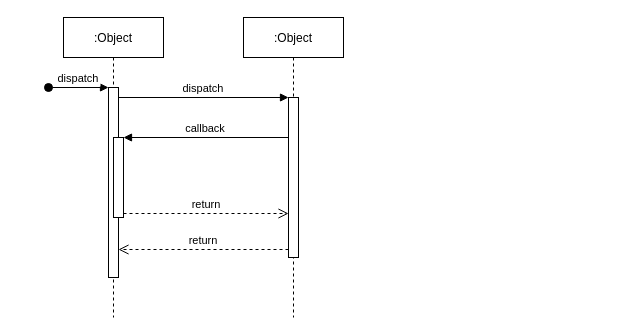
Above: 安卓视窗系统渲染架构分析.drawio in dlwanghw/diagram (draw.io), before the change. Source tidied: cells renumbered, new cells numbered last; positions are measured from the earlier drawing's top-left corner, leaving out a move shared by most shapes. Both pictures are drawn from the tidied source at 100%, with x=0, y=0 at pixel (48, 17).
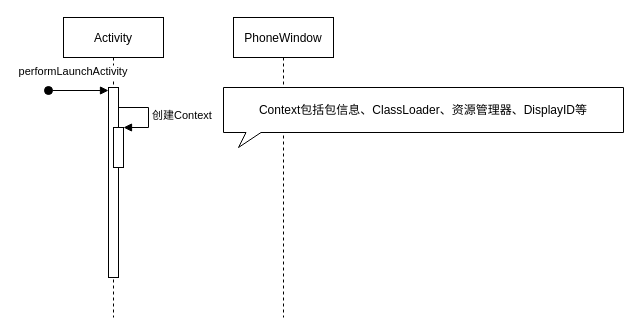
After the change.

Commit message (it also covers changes not shown here):
Update 安卓视窗系统渲染架构分析.drawio

The edit, as a diff of the source:
```diff
@@
 <mxGraphModel>
   <root>
     <mxCell id="0" />
     <mxCell id="1" parent="0" />
-    <mxCell id="2" value=":Object" style="shape=umlLifeline;perimeter=lifelinePerimeter;rounded=0;shadow=0;strokeWidth=1;" parent="1" vertex="1">
+    <mxCell id="2" value="Activity" style="shape=umlLifeline;perimeter=lifelinePerimeter;rounded=0;shadow=0;strokeWidth=1;" parent="1" vertex="1">
       <mxGeometry x="15" width="100" height="300" as="geometry" />
     </mxCell>
     <mxCell id="3" style="points=[];perimeter=orthogonalPerimeter;rounded=0;shadow=0;strokeWidth=1;" parent="2" vertex="1">
       <mxGeometry x="45" y="70" width="10" height="190" as="geometry" />
     </mxCell>
-    <mxCell id="4" value="dispatch" style="verticalAlign=bottom;startArrow=oval;endArrow=block;startSize=8;shadow=0;strokeWidth=1;" parent="2" edge="1" target="3">
-      <mxGeometry relative="1" as="geometry">
-        <mxPoint x="-15" y="70" as="sourcePoint" />
+    <mxCell id="4" value="performLaunchActivity" style="verticalAlign=bottom;startArrow=oval;endArrow=block;startSize=8;shadow=0;strokeWidth=1;" parent="2" edge="1">
+      <mxGeometry x="-0.17" y="10" relative="1" as="geometry">
+        <mxPoint x="-15" y="73" as="sourcePoint" />
+        <mxPoint x="45" y="73" as="targetPoint" />
       </mxGeometry>
     </mxCell>
-    <mxCell id="5" style="points=[];perimeter=orthogonalPerimeter;rounded=0;shadow=0;strokeWidth=1;" parent="2" vertex="1">
-      <mxGeometry x="50" y="120" width="10" height="80" as="geometry" />
-    </mxCell>
+    <mxCell id="12" style="html=1;points=[];perimeter=orthogonalPerimeter;" parent="2" vertex="1">
+      <mxGeometry x="50" y="110" width="10" height="40" as="geometry" />
+    </mxCell>
+    <mxCell id="13" value="创建Context" style="edgeStyle=orthogonalEdgeStyle;html=1;align=left;spacingLeft=2;endArrow=block;rounded=0;entryX=1;entryY=0;" parent="2" edge="1" target="12">
+      <mxGeometry relative="1" as="geometry">
+        <mxPoint x="55" y="90" as="sourcePoint" />
+        <Array as="points">
+          <mxPoint x="85" y="90" />
+        </Array>
+      </mxGeometry>
+    </mxCell>
-    <mxCell id="6" value=":Object" style="shape=umlLifeline;perimeter=lifelinePerimeter;rounded=0;shadow=0;strokeWidth=1;" parent="1" vertex="1">
-      <mxGeometry x="195" width="100" height="300" as="geometry" />
+    <mxCell id="6" value="PhoneWindow" style="shape=umlLifeline;perimeter=lifelinePerimeter;rounded=0;shadow=0;strokeWidth=1;" parent="1" vertex="1">
+      <mxGeometry x="185" width="100" height="300" as="geometry" />
     </mxCell>
-    <mxCell id="7" style="points=[];perimeter=orthogonalPerimeter;rounded=0;shadow=0;strokeWidth=1;" parent="6" vertex="1">
-      <mxGeometry x="45" y="80" width="10" height="160" as="geometry" />
-    </mxCell>
-    <mxCell id="8" value="return" style="verticalAlign=bottom;endArrow=open;dashed=1;endSize=8;exitX=0;exitY=0.95;shadow=0;strokeWidth=1;" parent="1" edge="1" source="7" target="3">
-      <mxGeometry relative="1" as="geometry" />
-    </mxCell>
-    <mxCell id="9" value="dispatch" style="verticalAlign=bottom;endArrow=block;entryX=0;entryY=0;shadow=0;strokeWidth=1;" parent="1" edge="1" source="3" target="7">
-      <mxGeometry relative="1" as="geometry" />
-    </mxCell>
-    <mxCell id="10" value="callback" style="verticalAlign=bottom;endArrow=block;entryX=1;entryY=0;shadow=0;strokeWidth=1;" parent="1" edge="1" source="7" target="5">
-      <mxGeometry relative="1" as="geometry" />
-    </mxCell>
-    <mxCell id="11" value="return" style="verticalAlign=bottom;endArrow=open;dashed=1;endSize=8;exitX=1;exitY=0.95;shadow=0;strokeWidth=1;" parent="1" edge="1" source="5" target="7">
-      <mxGeometry relative="1" as="geometry" />
-    </mxCell>
+    <mxCell id="14" value="Context包括包信息、ClassLoader、资源管理器、DisplayID等" style="whiteSpace=wrap;html=1;shape=mxgraph.basic.rectCallout;dx=30;dy=15;boundedLbl=1;" parent="1" vertex="1">
+      <mxGeometry x="175" y="70" width="400" height="60" as="geometry" />
+    </mxCell>
   </root>
 </mxGraphModel>
```
